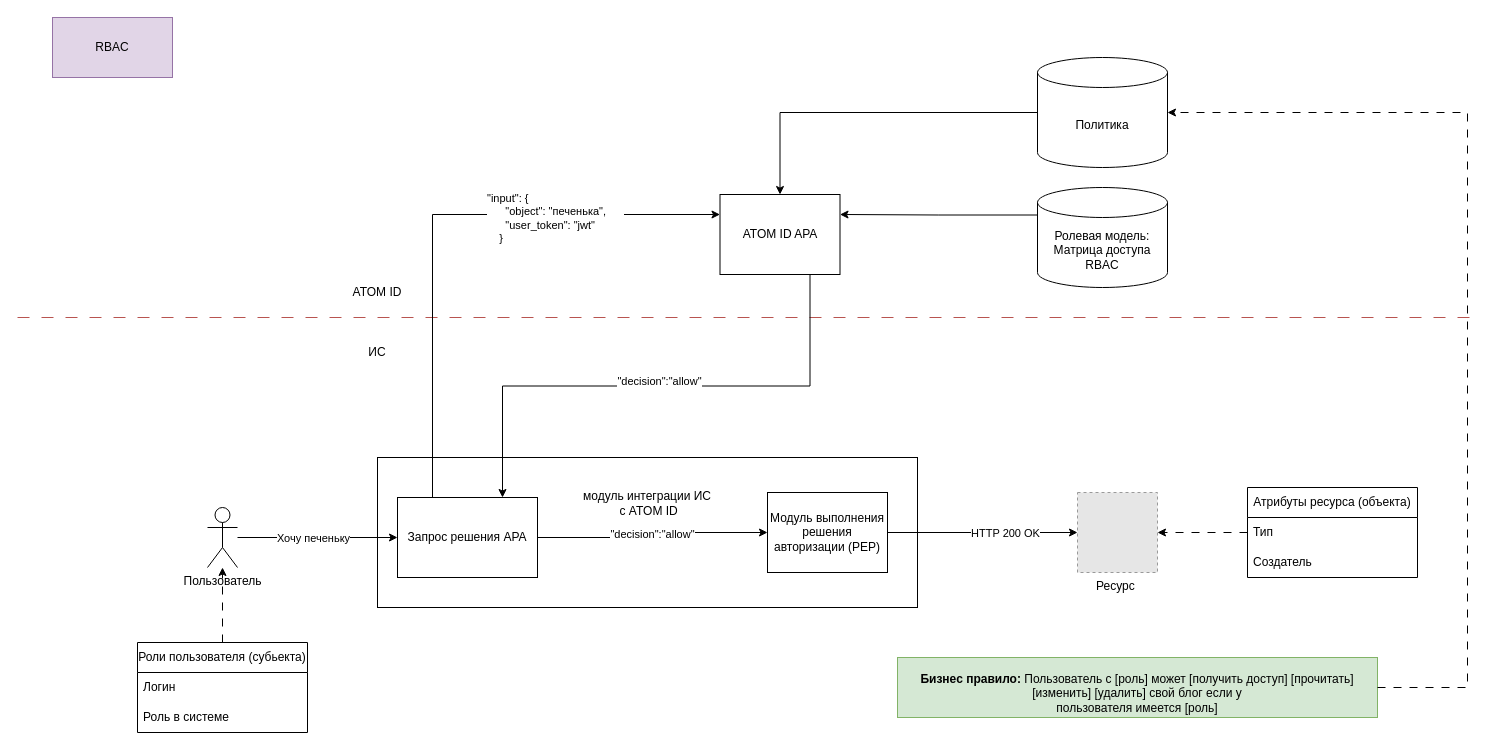
Earlier version of the draw.io diagram page "АРХ.AUTHZ.RBAC1" (1 of 5) of AppSec/Арх.паттерны.drawio (FIR-UIII/notes). Source tidied: cells renumbered, new cells numbered last; positions are measured from the earlier drawing's top-left corner, leaving out a move shared by most shapes. Both pictures are drawn from the tidied source at 100%, with x=0, y=0 at pixel (17, 17). Pictures stored in the file or linked from it are replaced by grey dashed boxes.
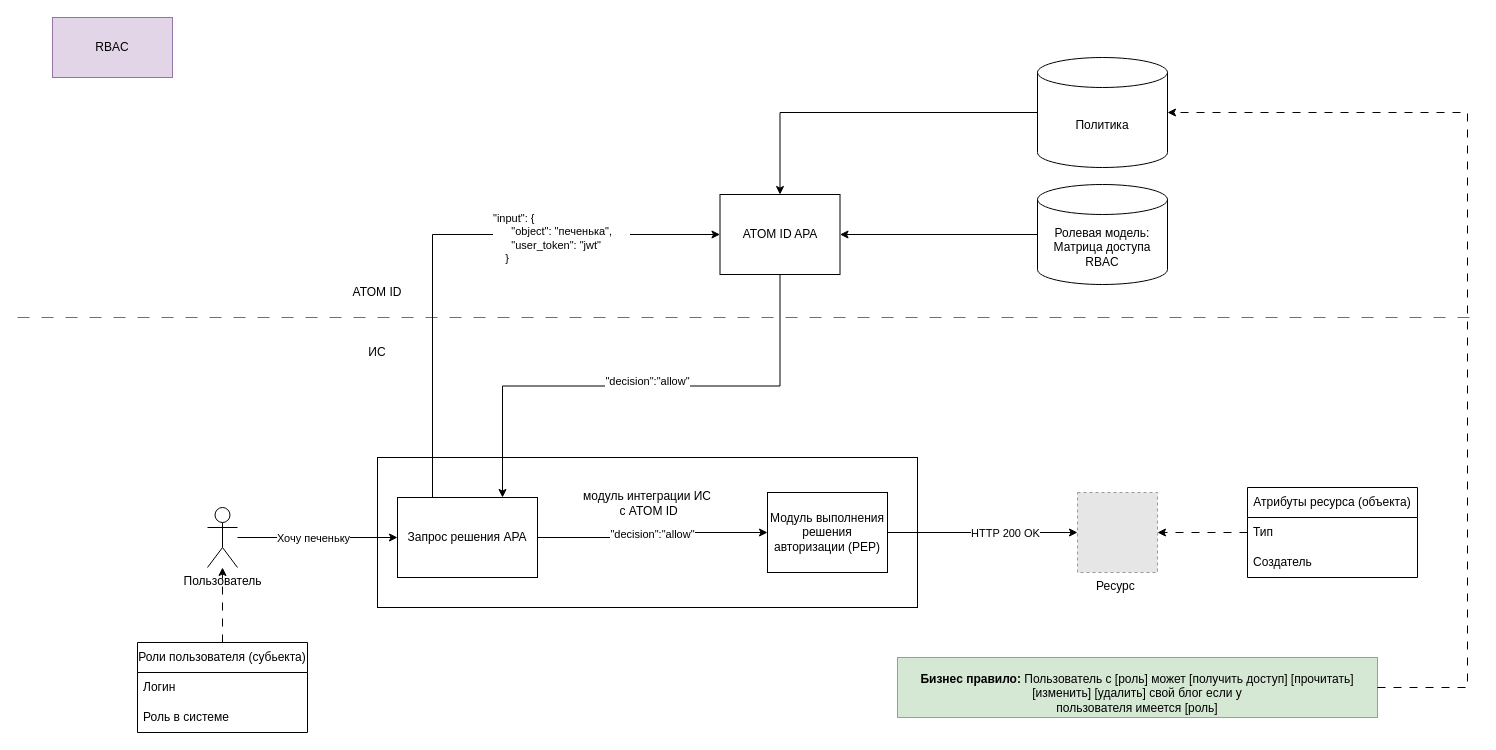
The same page after the edit.

The change refers to these unchanged cells:
```xml
<mxCell id="10" value="ATOM ID APA" style="rounded=0;whiteSpace=wrap;html=1;" parent="1" vertex="1">
  <mxGeometry x="702.5" y="177" width="120" height="80" as="geometry" />
</mxCell>
<mxCell id="24" value="Запрос решения APA" style="rounded=0;whiteSpace=wrap;html=1;" parent="1" vertex="1">
  <mxGeometry x="380" y="480" width="140" height="80" as="geometry" />
</mxCell>
```

Diff of the diagram source:
```diff
@@
-    <mxCell id="4" style="edgeStyle=orthogonalEdgeStyle;rounded=0;jettySize=auto;html=1;entryX=0;entryY=0.25;entryDx=0;entryDy=0;exitX=0.25;exitY=0;exitDx=0;exitDy=0;" parent="1" edge="1" source="24" target="10">
+    <mxCell id="4" style="edgeStyle=orthogonalEdgeStyle;rounded=0;jettySize=auto;html=1;entryX=0;entryY=0.5;entryDx=0;entryDy=0;exitX=0.25;exitY=0;exitDx=0;exitDy=0;" parent="1" edge="1" source="24" target="10">
       <mxGeometry relative="1" as="geometry" />
     </mxCell>
@@
-    <mxCell id="8" style="edgeStyle=orthogonalEdgeStyle;rounded=0;jettySize=auto;html=1;exitX=0.75;exitY=1;exitDx=0;exitDy=0;entryX=0.75;entryY=0;entryDx=0;entryDy=0;" parent="1" edge="1" source="10" target="24">
+    <mxCell id="8" style="edgeStyle=orthogonalEdgeStyle;rounded=0;jettySize=auto;html=1;exitX=0.5;exitY=1;exitDx=0;exitDy=0;entryX=0.75;entryY=0;entryDx=0;entryDy=0;" parent="1" edge="1" source="10" target="24">
       <mxGeometry relative="1" as="geometry" />
     </mxCell>
@@
-    <mxCell id="17" style="edgeStyle=orthogonalEdgeStyle;rounded=0;jettySize=auto;html=1;exitX=0;exitY=0;exitDx=0;exitDy=27.5;exitPerimeter=0;entryX=1;entryY=0.25;entryDx=0;entryDy=0;" parent="1" edge="1" source="18" target="10">
+    <mxCell id="17" style="edgeStyle=orthogonalEdgeStyle;rounded=0;jettySize=auto;html=1;exitX=0;exitY=0.5;exitDx=0;exitDy=0;exitPerimeter=0;entryX=1;entryY=0.5;entryDx=0;entryDy=0;" parent="1" edge="1" source="18" target="10">
       <mxGeometry relative="1" as="geometry" />
     </mxCell>
     <mxCell id="18" value="Ролевая модель:&lt;br&gt;Матрица доступа RBAC" style="shape=cylinder3;whiteSpace=wrap;html=1;boundedLbl=1;backgroundOutline=1;size=15;" parent="1" vertex="1">
-      <mxGeometry x="1020" y="170" width="130" height="100" as="geometry" />
+      <mxGeometry x="1020" y="167" width="130" height="100" as="geometry" />
     </mxCell>
```
